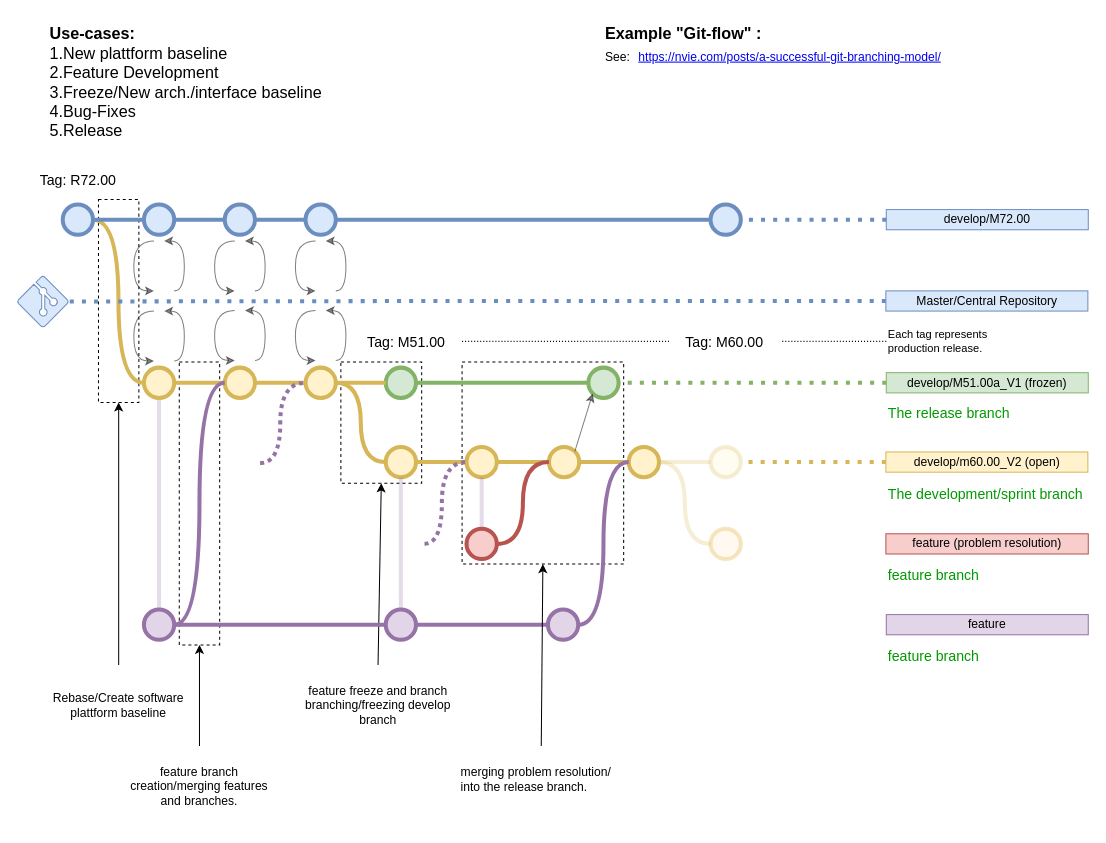
Before: 00_doc/GitHub_Branch_Strategy.drawio in DedeHa/TimeSheet, a draw.io diagram. Source tidied: cells renumbered, new cells numbered last; positions are measured from the earlier drawing's top-left corner, leaving out a move shared by most shapes. Both pictures are drawn from the tidied source at 101%, with x=0, y=0 at pixel (17, 17).
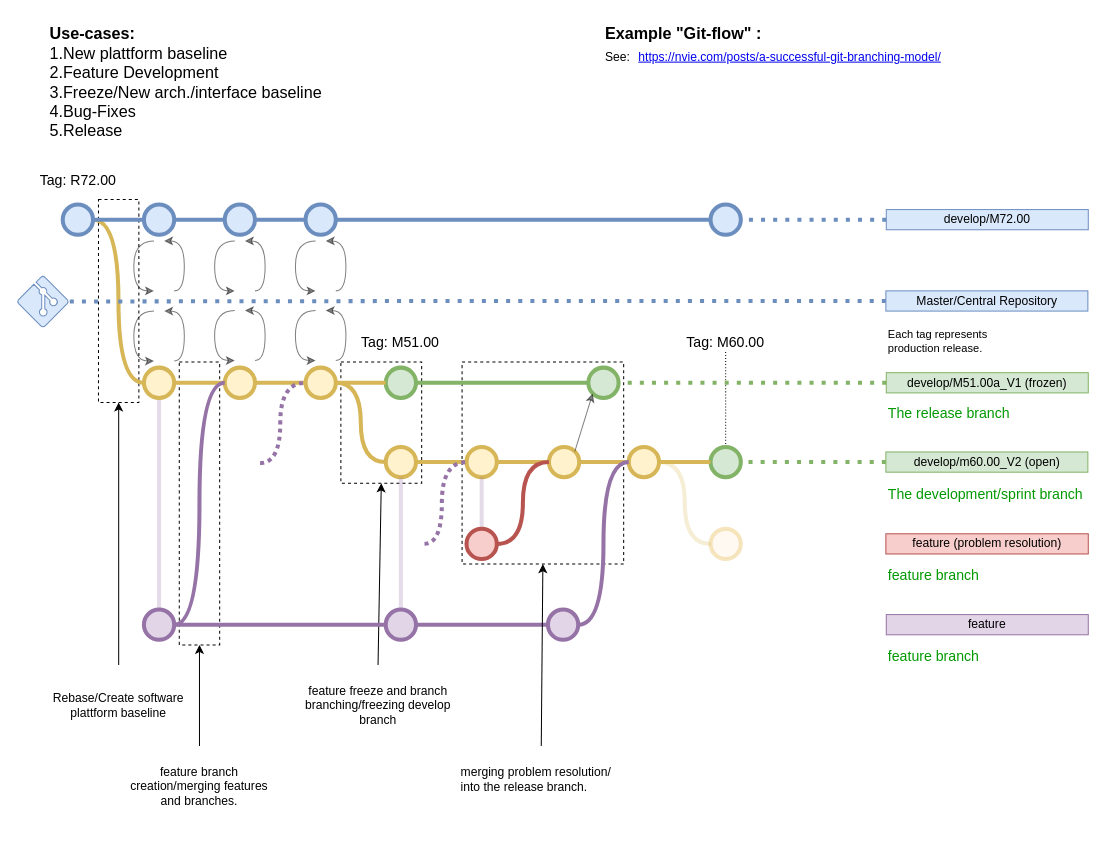
Above is the later version.

Unchanged cells that the change refers to:
```xml
<mxCell id="20" value="&lt;span style=&quot;text-align: center ; font-size: 11px&quot;&gt;Each tag represents production release.&lt;/span&gt;" style="text;html=1;strokeColor=none;fillColor=none;align=left;verticalAlign=middle;whiteSpace=wrap;overflow=hidden;fontSize=11;fontStyle=0;fontColor=#000000;" parent="1" vertex="1">
  <mxGeometry x="860" y="301.5" width="120" height="38" as="geometry" />
</mxCell>
<mxCell id="51" style="verticalLabelPosition=bottom;verticalAlign=top;html=1;strokeWidth=4;shape=mxgraph.flowchart.on-page_reference;strokeColor=#d6b656;fillColor=#fff2cc;" parent="1" vertex="1">
  <mxGeometry x="605" y="425" width="30" height="30" as="geometry" />
</mxCell>
```

What changed in the source:
```diff
@@
-    <mxCell id="33" value="develop/m60.00_V2 (open)" style="text;html=1;strokeColor=#d6b656;fillColor=#fff2cc;align=center;verticalAlign=middle;whiteSpace=wrap;rounded=0;" parent="1" vertex="1">
+    <mxCell id="33" value="develop/m60.00_V2 (open)" style="text;html=1;strokeColor=#82b366;fillColor=#d5e8d4;align=center;verticalAlign=middle;whiteSpace=wrap;rounded=0;" parent="1" vertex="1">
       <mxGeometry x="859.6" y="430" width="200" height="20" as="geometry" />
     </mxCell>
@@
     <mxCell id="44" value="Tag: M51.00" style="text;html=1;strokeColor=none;fillColor=#FFFFFF;align=center;verticalAlign=middle;whiteSpace=wrap;overflow=hidden;fontSize=14;" parent="1" vertex="1">
-      <mxGeometry x="330" y="310.5" width="110" height="20" as="geometry" />
+      <mxGeometry x="324.4" y="310.5" width="110" height="20" as="geometry" />
     </mxCell>
-    <mxCell id="45" style="edgeStyle=orthogonalEdgeStyle;rounded=0;html=1;jettySize=auto;strokeWidth=1;endArrow=none;endFill=0;align=left;exitX=0;exitY=0.5;exitDx=0;exitDy=0;dashed=1;dashPattern=1 2;entryX=1;entryY=0.5;entryDx=0;entryDy=0;startArrow=none;" parent="1" edge="1" source="46" target="44">
-      <mxGeometry x="221.9" y="343" as="geometry" />
-    </mxCell>
     <mxCell id="46" value="Tag: M60.00" style="text;html=1;strokeColor=none;fillColor=#FFFFFF;align=center;verticalAlign=middle;whiteSpace=wrap;overflow=hidden;fontSize=14;" parent="1" vertex="1">
-      <mxGeometry x="645" y="310.5" width="110" height="20" as="geometry" />
+      <mxGeometry x="646" y="310.5" width="110" height="20" as="geometry" />
     </mxCell>
-    <mxCell id="47" style="edgeStyle=orthogonalEdgeStyle;rounded=0;html=1;jettySize=auto;strokeWidth=1;endArrow=none;endFill=0;align=left;exitX=0;exitY=0.5;exitDx=0;exitDy=0;dashed=1;dashPattern=1 2;entryX=1;entryY=0.5;entryDx=0;entryDy=0;" parent="1" edge="1" source="20" target="46">
+    <mxCell id="47" style="edgeStyle=orthogonalEdgeStyle;rounded=0;html=1;jettySize=auto;strokeWidth=1;endArrow=none;endFill=0;align=left;exitX=0.5;exitY=0;exitDx=0;exitDy=0;dashed=1;dashPattern=1 2;entryX=0.5;entryY=1;entryDx=0;entryDy=0;exitPerimeter=0;" parent="1" edge="1" source="55" target="46">
       <mxGeometry x="261.9" y="341" as="geometry" />
     </mxCell>
@@
-    <mxCell id="55" style="verticalLabelPosition=bottom;verticalAlign=top;html=1;strokeWidth=4;shape=mxgraph.flowchart.on-page_reference;strokeColor=#d6b656;fillColor=#fff2cc;opacity=25;" parent="1" vertex="1">
+    <mxCell id="55" style="verticalLabelPosition=bottom;verticalAlign=top;html=1;strokeWidth=4;shape=mxgraph.flowchart.on-page_reference;strokeColor=#82b366;fillColor=#d5e8d4;" parent="1" vertex="1">
       <mxGeometry x="686" y="425" width="30" height="30" as="geometry" />
     </mxCell>
-    <mxCell id="56" style="edgeStyle=orthogonalEdgeStyle;rounded=0;jettySize=auto;html=1;endArrow=none;endFill=0;strokeWidth=4;curved=1;fillColor=#fff2cc;strokeColor=#d6b656;exitX=0;exitY=0.5;exitDx=0;exitDy=0;exitPerimeter=0;entryX=1;entryY=0.5;entryDx=0;entryDy=0;entryPerimeter=0;opacity=25;" parent="1" edge="1" source="55" target="51">
+    <mxCell id="56" style="edgeStyle=orthogonalEdgeStyle;rounded=0;jettySize=auto;html=1;endArrow=none;endFill=0;strokeWidth=4;curved=1;fillColor=#fff2cc;strokeColor=#d6b656;exitX=0;exitY=0.5;exitDx=0;exitDy=0;exitPerimeter=0;entryX=1;entryY=0.5;entryDx=0;entryDy=0;entryPerimeter=0;align=center;startArrow=none;" parent="1" edge="1" source="55" target="51">
       <mxGeometry relative="1" as="geometry" />
     </mxCell>
@@
-    <mxCell id="69" style="edgeStyle=orthogonalEdgeStyle;rounded=0;html=1;jettySize=auto;strokeWidth=4;endArrow=none;endFill=0;align=left;fillColor=#fff2cc;strokeColor=#d6b656;exitX=0;exitY=0.5;exitDx=0;exitDy=0;dashed=1;dashPattern=1 2;entryX=1;entryY=0.5;entryDx=0;entryDy=0;entryPerimeter=0;" parent="1" edge="1" source="33" target="55">
+    <mxCell id="69" style="edgeStyle=orthogonalEdgeStyle;rounded=0;html=1;jettySize=auto;strokeWidth=4;endArrow=none;endFill=0;align=left;fillColor=#d5e8d4;strokeColor=#82b366;exitX=0;exitY=0.5;exitDx=0;exitDy=0;dashed=1;dashPattern=1 2;entryX=1;entryY=0.5;entryDx=0;entryDy=0;entryPerimeter=0;" parent="1" edge="1" source="33" target="55">
       <mxGeometry x="231.9" y="351" as="geometry" />
     </mxCell>
```
